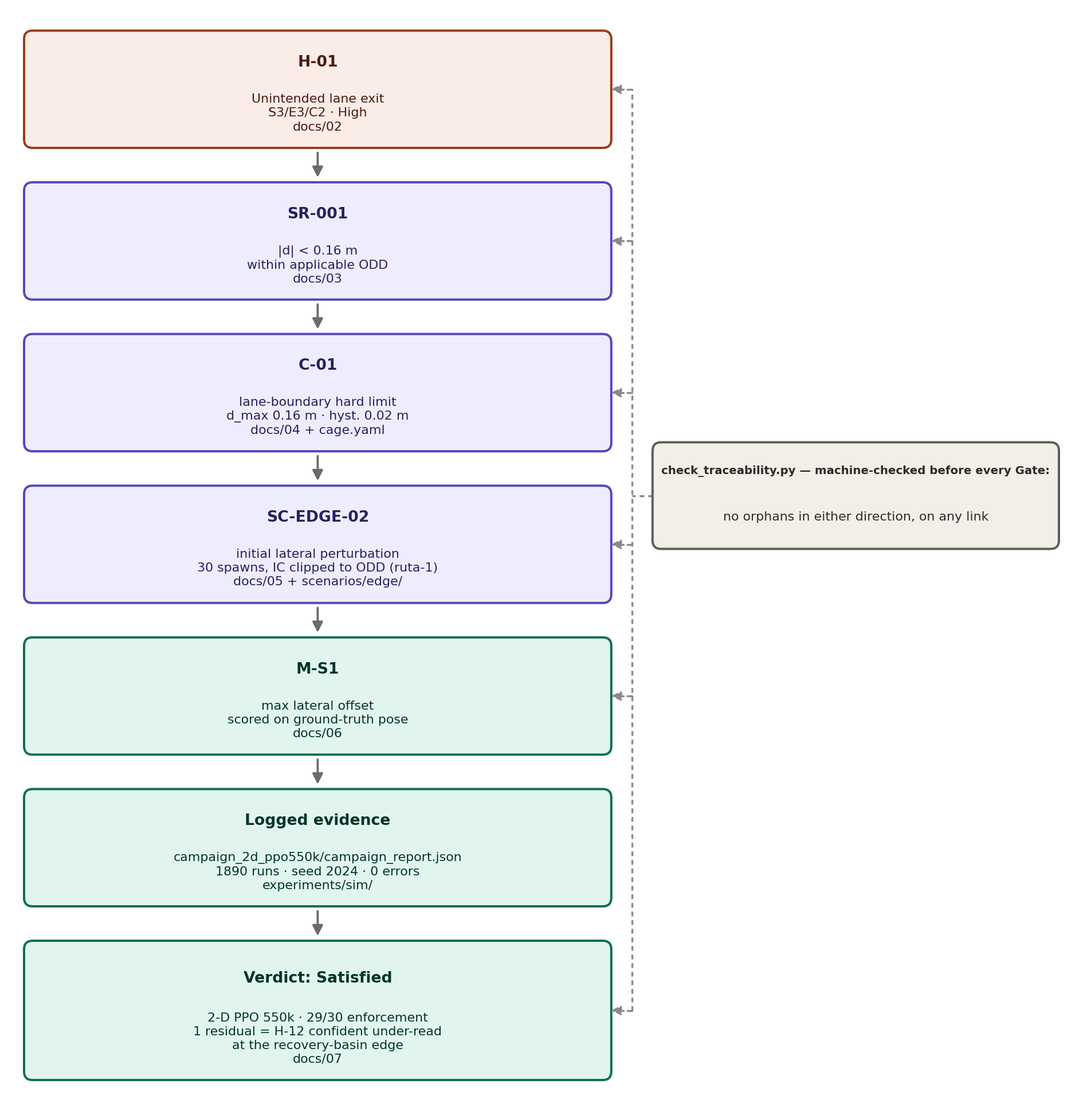
Above: manuscript/figures/fig_10_1_traceability_case_sr001.png in snchz46/MT-SE4AI-Safe-RL-Cobraflex (Mermaid), before the change. Its source is kept beside it as manuscript/figures/fig_10_1_traceability_case_sr001.mmd.
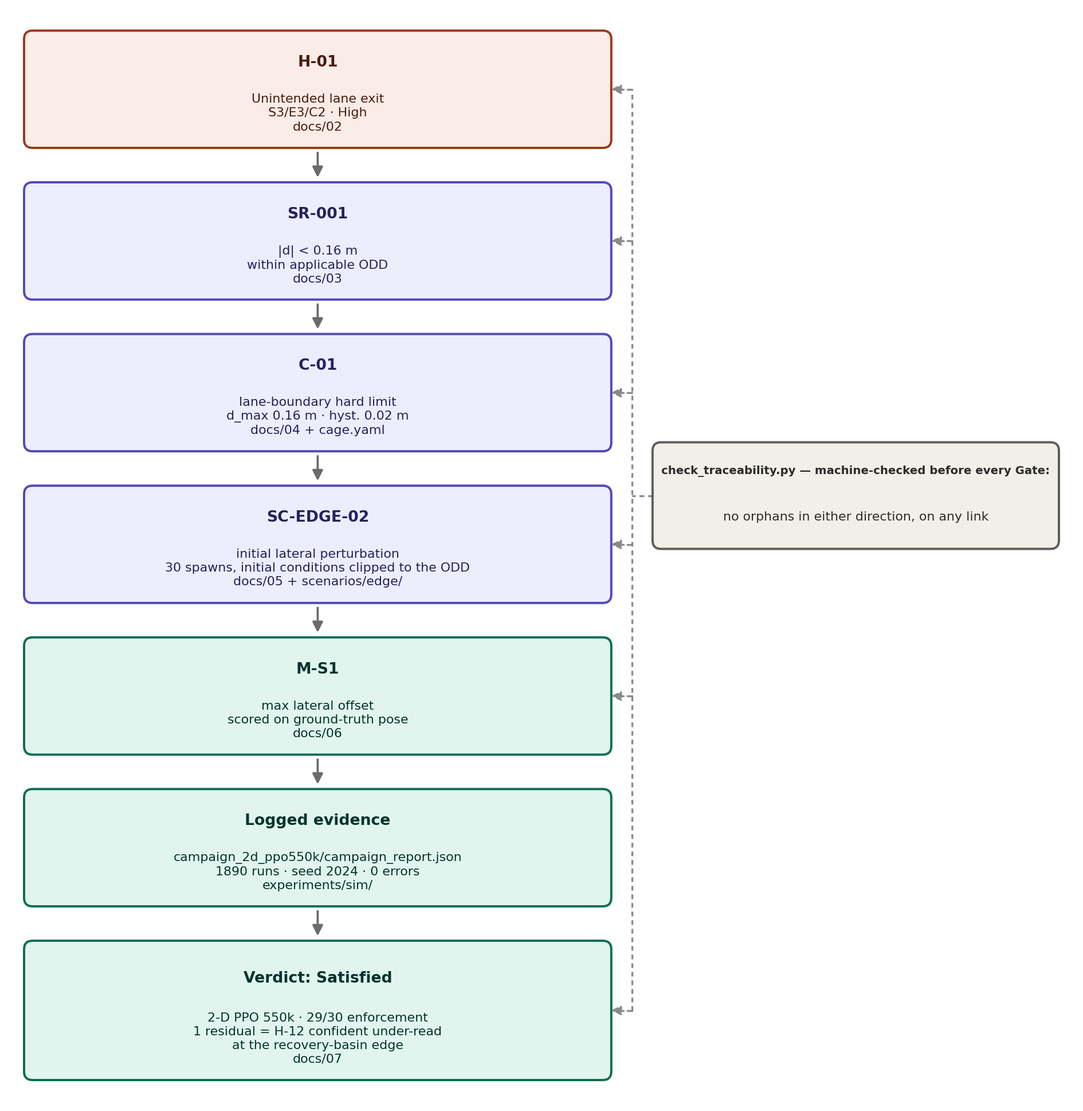
After the commit.

Diff of the diagram source:
```diff
@@ -3,7 +3,7 @@
     H["H-01<br/>Unintended lane exit<br/>S3/E3/C2 &middot; High<br/><i>docs/02</i>"]
     SR["SR-001<br/>|d| &lt; 0.16 m<br/>within applicable ODD<br/><i>docs/03</i>"]
     C["C-01<br/>lane-boundary hard limit<br/>d_max 0.16 m &middot; hyst. 0.02 m<br/><i>docs/04 + cage.yaml</i>"]
-    SC["SC-EDGE-02<br/>initial lateral perturbation<br/>30 spawns, IC clipped to ODD (ruta-1)<br/><i>docs/05 + scenarios/edge/</i>"]
+    SC["SC-EDGE-02<br/>initial lateral perturbation<br/>30 spawns, initial conditions clipped to the ODD<br/><i>docs/05 + scenarios/edge/</i>"]
     M["M-S1<br/>max lateral offset<br/>scored on ground-truth pose<br/><i>docs/06</i>"]
     EV["Logged evidence<br/>campaign_2d_ppo550k/campaign_report.json<br/>1890 runs &middot; seed 2024 &middot; 0 errors<br/><i>experiments/sim/</i>"]
     V["Verdict: <b>Satisfied</b><br/>2-D PPO 550k &middot; 29/30 enforcement<br/>1 residual = H-12 confident under-read<br/>at the recovery-basin edge<br/><i>docs/07</i>"]
```
